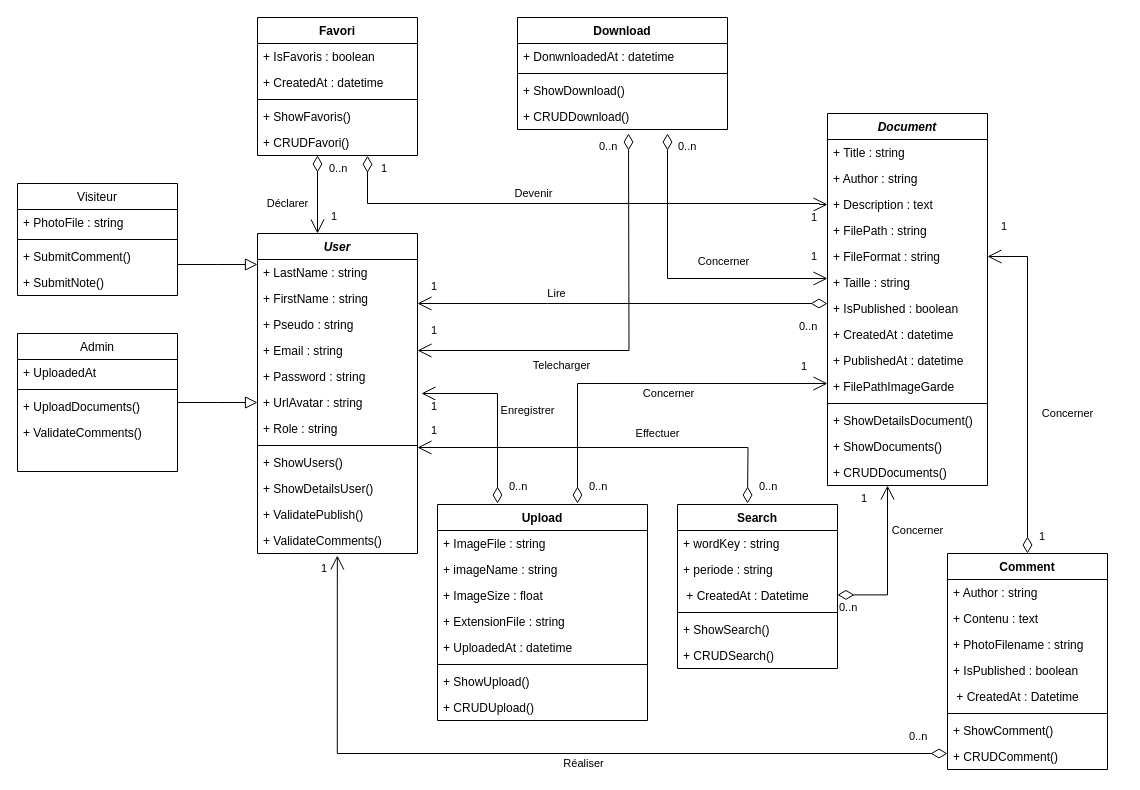
Earlier version of the draw.io diagram docs/Diagramme-class-biblioTIPPEE.drawio (Jery2022/bibliotippee). Source tidied: cells renumbered, new cells numbered last; positions are measured from the earlier drawing's top-left corner, leaving out a move shared by most shapes. Both pictures are drawn from the tidied source at 100%, with x=0, y=0 at pixel (17, 17).
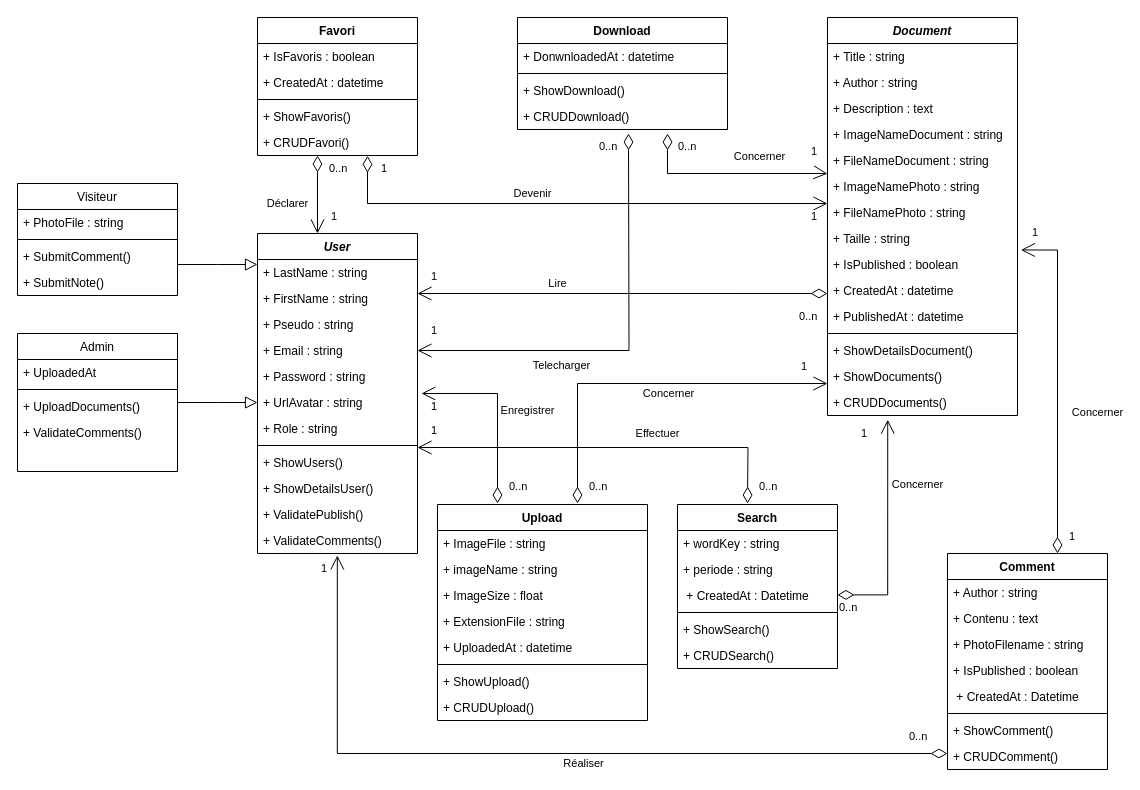
Above is the later version.

Unchanged cells that the change refers to:
```xml
<mxCell id="45" value="Comment" style="swimlane;fontStyle=1;align=center;verticalAlign=top;horizontal=1;startSize=26;whiteSpace=wrap;html=1;" parent="1" vertex="1">
  <mxGeometry x="930" y="536" width="160" height="216" as="geometry" />
</mxCell>
```

Diff of the diagram source:
```diff
@@
     <mxCell id="27" value="Document" style="swimlane;fontStyle=3;align=center;verticalAlign=top;horizontal=1;startSize=26;rounded=0;shadow=0;strokeWidth=1;" parent="1" vertex="1">
-      <mxGeometry x="810" y="96" width="160" height="372" as="geometry" />
+      <mxGeometry x="810" width="190" height="398" as="geometry" />
     </mxCell>
     <mxCell id="28" value="+ Title : string " style="text;align=left;verticalAlign=top;spacingLeft=4;spacingRight=4;overflow=hidden;" parent="27" vertex="1">
-      <mxGeometry y="26" width="160" height="26" as="geometry" />
+      <mxGeometry y="26" width="190" height="26" as="geometry" />
     </mxCell>
     <mxCell id="29" value="+ Author : string" style="text;align=left;verticalAlign=top;spacingLeft=4;spacingRight=4;overflow=hidden;" parent="27" vertex="1">
-      <mxGeometry y="52" width="160" height="26" as="geometry" />
+      <mxGeometry y="52" width="190" height="26" as="geometry" />
     </mxCell>
     <mxCell id="30" value="+ Description : text" style="text;align=left;verticalAlign=top;spacingLeft=4;spacingRight=4;overflow=hidden;points=[[0,0.5],[1,0.5]];portConstraint=eastwest;" parent="27" vertex="1">
-      <mxGeometry y="78" width="160" height="26" as="geometry" />
+      <mxGeometry y="78" width="190" height="26" as="geometry" />
     </mxCell>
-    <mxCell id="31" value="+ FilePath : string " style="text;align=left;verticalAlign=top;spacingLeft=4;spacingRight=4;overflow=hidden;rounded=0;shadow=0;html=0;" parent="27" vertex="1">
-      <mxGeometry y="104" width="160" height="26" as="geometry" />
+    <mxCell id="31" value="+ ImageNameDocument : string " style="text;align=left;verticalAlign=top;spacingLeft=4;spacingRight=4;overflow=hidden;rounded=0;shadow=0;html=0;" parent="27" vertex="1">
+      <mxGeometry y="104" width="190" height="26" as="geometry" />
     </mxCell>
-    <mxCell id="32" value="+ FileFormat : string" style="text;align=left;verticalAlign=top;spacingLeft=4;spacingRight=4;overflow=hidden;points=[[0,0.5],[1,0.5]];portConstraint=eastwest;rounded=0;shadow=0;html=0;" parent="27" vertex="1">
-      <mxGeometry y="130" width="160" height="26" as="geometry" />
+    <mxCell id="32" value="+ FileNameDocument : string" style="text;align=left;verticalAlign=top;spacingLeft=4;spacingRight=4;overflow=hidden;points=[[0,0.5],[1,0.5]];portConstraint=eastwest;rounded=0;shadow=0;html=0;" parent="27" vertex="1">
+      <mxGeometry y="130" width="190" height="26" as="geometry" />
     </mxCell>
+    <mxCell id="37" value="+ ImageNamePhoto : string" style="text;align=left;verticalAlign=top;spacingLeft=4;spacingRight=4;overflow=hidden;points=[[0,0.5],[1,0.5]];portConstraint=eastwest;rounded=0;shadow=0;html=0;" parent="27" vertex="1">
+      <mxGeometry y="156" width="190" height="26" as="geometry" />
+    </mxCell>
+    <mxCell id="111" value="+ FileNamePhoto : string" style="text;align=left;verticalAlign=top;spacingLeft=4;spacingRight=4;overflow=hidden;rounded=0;shadow=0;html=0;" parent="27" vertex="1">
+      <mxGeometry y="182" width="190" height="26" as="geometry" />
+    </mxCell>
     <mxCell id="33" value="+ Taille : string" style="text;align=left;verticalAlign=top;spacingLeft=4;spacingRight=4;overflow=hidden;points=[[0,0.5],[1,0.5]];portConstraint=eastwest;rounded=0;shadow=0;html=0;" parent="27" vertex="1">
-      <mxGeometry y="156" width="160" height="26" as="geometry" />
+      <mxGeometry y="208" width="190" height="26" as="geometry" />
     </mxCell>
     <mxCell id="34" value="+ IsPublished : boolean" style="text;align=left;verticalAlign=top;spacingLeft=4;spacingRight=4;overflow=hidden;rounded=0;shadow=0;html=0;" parent="27" vertex="1">
-      <mxGeometry y="182" width="160" height="26" as="geometry" />
+      <mxGeometry y="234" width="190" height="26" as="geometry" />
     </mxCell>
     <mxCell id="35" value="+ CreatedAt : datetime " style="text;align=left;verticalAlign=top;spacingLeft=4;spacingRight=4;overflow=hidden;points=[[0,0.5],[1,0.5]];portConstraint=eastwest;rounded=0;shadow=0;html=0;" parent="27" vertex="1">
-      <mxGeometry y="208" width="160" height="26" as="geometry" />
+      <mxGeometry y="260" width="190" height="26" as="geometry" />
     </mxCell>
     <mxCell id="36" value="+ PublishedAt : datetime" style="text;align=left;verticalAlign=top;spacingLeft=4;spacingRight=4;overflow=hidden;rounded=0;shadow=0;html=0;" parent="27" vertex="1">
-      <mxGeometry y="234" width="160" height="26" as="geometry" />
+      <mxGeometry y="286" width="190" height="26" as="geometry" />
     </mxCell>
-    <mxCell id="37" value="+ FilePathImageGarde" style="text;align=left;verticalAlign=top;spacingLeft=4;spacingRight=4;overflow=hidden;points=[[0,0.5],[1,0.5]];portConstraint=eastwest;rounded=0;shadow=0;html=0;" parent="27" vertex="1">
-      <mxGeometry y="260" width="160" height="26" as="geometry" />
-    </mxCell>
     <mxCell id="38" style="line;html=1;strokeWidth=1;align=left;verticalAlign=middle;spacingTop=-1;spacingLeft=3;spacingRight=3;labelPosition=right;" parent="27" vertex="1">
-      <mxGeometry y="286" width="160" height="8" as="geometry" />
+      <mxGeometry y="312" width="190" height="8" as="geometry" />
     </mxCell>
     <mxCell id="39" value="+ ShowDetailsDocument()" style="text;align=left;verticalAlign=top;spacingLeft=4;spacingRight=4;overflow=hidden;" parent="27" vertex="1">
-      <mxGeometry y="294" width="160" height="26" as="geometry" />
+      <mxGeometry y="320" width="190" height="26" as="geometry" />
     </mxCell>
     <mxCell id="40" value="+ ShowDocuments()" style="text;align=left;verticalAlign=top;spacingLeft=4;spacingRight=4;overflow=hidden;" parent="27" vertex="1">
-      <mxGeometry y="320" width="160" height="26" as="geometry" />
+      <mxGeometry y="346" width="190" height="26" as="geometry" />
     </mxCell>
-    <mxCell id="41" value="Lire" style="endArrow=open;html=1;endSize=12;startArrow=diamondThin;startSize=14;startFill=0;edgeStyle=orthogonalEdgeStyle;rounded=0;entryX=0;entryY=0.308;entryDx=0;entryDy=0;entryPerimeter=0;" parent="27" edge="1">
+    <mxCell id="41" value="Lire" style="endArrow=open;html=1;endSize=12;startArrow=diamondThin;startSize=14;startFill=0;edgeStyle=orthogonalEdgeStyle;rounded=0;exitX=0;exitY=0.615;exitDx=0;exitDy=0;exitPerimeter=0;" parent="27" edge="1" source="35">
       <mxGeometry x="0.32" y="-10" relative="1" as="geometry">
-        <mxPoint y="190" as="sourcePoint" />
-        <mxPoint x="-410" y="190" as="targetPoint" />
-        <Array as="points">
-          <mxPoint x="-280" y="190" />
-          <mxPoint x="-280" y="190" />
-        </Array>
+        <mxPoint x="-410" y="276" as="targetPoint" />
       </mxGeometry>
     </mxCell>
@@
     <mxCell id="44" value="+ CRUDDocuments()" style="text;align=left;verticalAlign=top;spacingLeft=4;spacingRight=4;overflow=hidden;points=[[0,0.5],[1,0.5]];portConstraint=eastwest;" parent="27" vertex="1">
-      <mxGeometry y="346" width="160" height="26" as="geometry" />
+      <mxGeometry y="372" width="190" height="26" as="geometry" />
     </mxCell>
@@
-    <mxCell id="78" value="Concerner" style="endArrow=open;html=1;endSize=12;startArrow=diamondThin;startSize=14;startFill=0;edgeStyle=orthogonalEdgeStyle;rounded=0;exitX=0.767;exitY=1.176;exitDx=0;exitDy=0;exitPerimeter=0;entryX=0;entryY=0.346;entryDx=0;entryDy=0;entryPerimeter=0;" parent="1" edge="1" target="33">
+    <mxCell id="78" value="Concerner" style="endArrow=open;html=1;endSize=12;startArrow=diamondThin;startSize=14;startFill=0;edgeStyle=orthogonalEdgeStyle;rounded=0;exitX=0.767;exitY=1.176;exitDx=0;exitDy=0;exitPerimeter=0;entryX=0;entryY=0.007;entryDx=0;entryDy=0;entryPerimeter=0;" parent="1" edge="1" target="37">
       <mxGeometry x="0.32" y="17" relative="1" as="geometry">
         <mxPoint x="650" y="116" as="sourcePoint" />
         <Array as="points">
-          <mxPoint x="650" y="261" />
+          <mxPoint x="650" y="156" />
+          <mxPoint x="808" y="156" />
         </Array>
       </mxGeometry>
     </mxCell>
@@
-    <mxCell id="81" value="Concerner" style="endArrow=open;html=1;endSize=12;startArrow=diamondThin;startSize=14;startFill=0;edgeStyle=orthogonalEdgeStyle;rounded=0;" parent="1" edge="1">
+    <mxCell id="81" value="Concerner" style="endArrow=open;html=1;endSize=12;startArrow=diamondThin;startSize=14;startFill=0;edgeStyle=orthogonalEdgeStyle;rounded=0;entryX=0.317;entryY=1.161;entryDx=0;entryDy=0;entryPerimeter=0;" parent="1" edge="1" target="44">
       <mxGeometry x="0.43" y="-30" relative="1" as="geometry">
         <mxPoint x="820" y="577.4" as="sourcePoint" />
-        <mxPoint x="870" y="468" as="targetPoint" />
         <Array as="points">
           <mxPoint x="870" y="577" />
-          <mxPoint x="870" y="468" />
         </Array>
       </mxGeometry>
     </mxCell>
@@
-    <mxCell id="90" value="Devenir" style="endArrow=open;html=1;endSize=12;startArrow=diamondThin;startSize=14;startFill=0;edgeStyle=orthogonalEdgeStyle;rounded=0;exitX=0.738;exitY=1.011;exitDx=0;exitDy=0;exitPerimeter=0;entryX=0;entryY=0.5;entryDx=0;entryDy=0;" parent="1" edge="1" target="30">
+    <mxCell id="90" value="Devenir" style="endArrow=open;html=1;endSize=12;startArrow=diamondThin;startSize=14;startFill=0;edgeStyle=orthogonalEdgeStyle;rounded=0;exitX=0.738;exitY=1.011;exitDx=0;exitDy=0;exitPerimeter=0;" parent="1" edge="1">
       <mxGeometry x="-0.16" y="10" relative="1" as="geometry">
         <mxPoint x="350" y="138.3" as="sourcePoint" />
+        <mxPoint x="810" y="186" as="targetPoint" />
         <Array as="points">
           <mxPoint x="350" y="186" />
-          <mxPoint x="802" y="186" />
+          <mxPoint x="810" y="186" />
         </Array>
       </mxGeometry>
     </mxCell>
@@
-    <mxCell id="93" value="Concerner" style="endArrow=open;html=1;endSize=12;startArrow=diamondThin;startSize=14;startFill=0;edgeStyle=orthogonalEdgeStyle;rounded=0;entryX=1;entryY=0.5;entryDx=0;entryDy=0;exitX=0.5;exitY=0;exitDx=0;exitDy=0;" parent="1" edge="1" source="45" target="32">
+    <mxCell id="93" value="Concerner" style="endArrow=open;html=1;endSize=12;startArrow=diamondThin;startSize=14;startFill=0;edgeStyle=orthogonalEdgeStyle;rounded=0;entryX=1.018;entryY=0.941;entryDx=0;entryDy=0;entryPerimeter=0;" parent="1" edge="1" source="45" target="33">
       <mxGeometry x="-0.17" y="-40" relative="1" as="geometry">
         <Array as="points">
-          <mxPoint x="1010" y="239" />
+          <mxPoint x="1040" y="233" />
         </Array>
       </mxGeometry>
     </mxCell>
@@
     <mxCell id="95" value="1" style="edgeLabel;html=1;align=right;verticalAlign=top;" parent="93" vertex="1">
       <mxGeometry x="1" relative="1" as="geometry">
-        <mxPoint x="20" y="-43" as="offset" />
+        <mxPoint x="17" y="-30" as="offset" />
       </mxGeometry>
     </mxCell>
```
